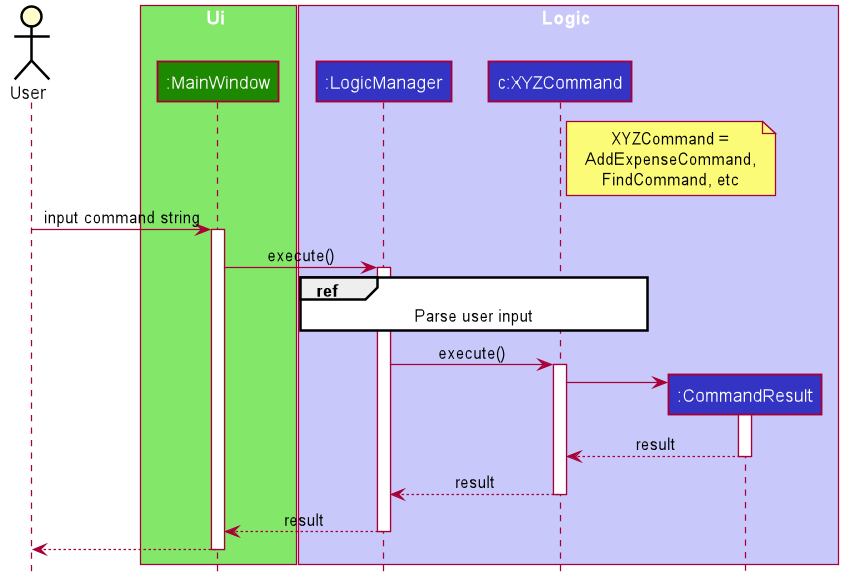
Earlier version of the PlantUML export images/CommandResultSequenceDiagram.png (wltan/tp).
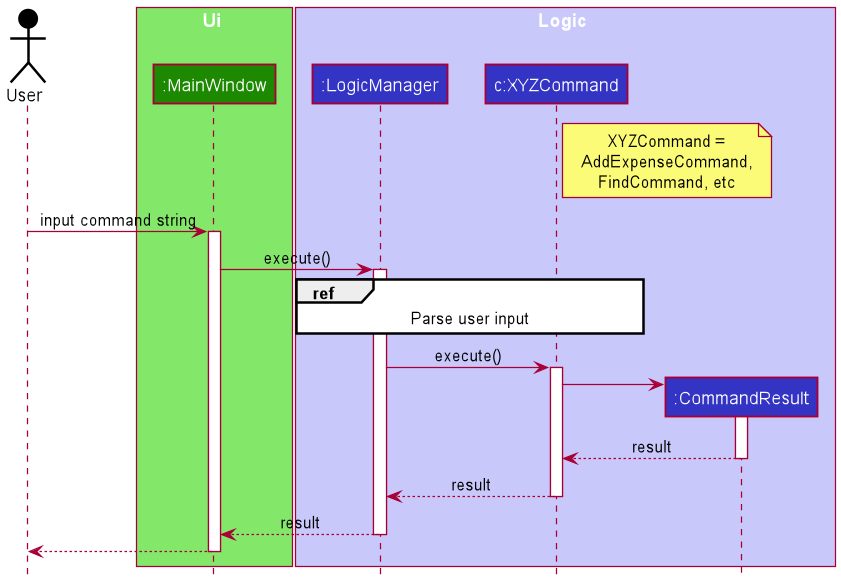
Later version of the same file.

What changed in the source:
```diff
@@ -1,63 +1,16 @@
 @startuml
+!include style.puml
 
+actor User USER_COLOR
 
-
-
-
-
-
-
-skinparam BackgroundColor #FFFFFFF
-
-skinparam Shadowing false
-
-skinparam Class {
-    FontColor #FFFFFF
-    BorderThickness 1
-    BorderColor #FFFFFF
-    StereotypeFontColor #FFFFFF
-    FontName Arial
-}
-
-skinparam Actor {
-    BorderColor #000000
-    Color #000000
-    FontName Arial
-}
-
-skinparam Sequence {
-    MessageAlign center
-    BoxFontSize 15
-    BoxPadding 0
-    BoxFontColor #FFFFFF
-    FontName Arial
-}
-
-skinparam Participant {
-    FontColor #FFFFFFF
-    Padding 20
-}
-
-skinparam MinClassWidth 50
-skinparam ParticipantPadding 10
-skinparam Shadowing false
-skinparam DefaultTextAlignment center
-skinparam packageStyle Rectangle
-
-hide footbox
-hide members
-hide circle
-
-actor User
-
-box Ui #83E769
-participant ":MainWindow" as MainWindow #1D8900
+box Ui UI_COLOR_T1
+participant ":MainWindow" as MainWindow UI_COLOR
 end box
 
-box Logic #C8C8FA
-participant ":LogicManager" as LogicManager #3333C4
-participant "c:XYZCommand" as XYZCommand #3333C4
-participant ":CommandResult" as CommandResult #3333C4
+box Logic LOGIC_COLOR_T1
+participant ":LogicManager" as LogicManager LOGIC_COLOR
+participant "c:XYZCommand" as XYZCommand LOGIC_COLOR
+participant ":CommandResult" as CommandResult LOGIC_COLOR
 end box
 
 note right of XYZCommand : XYZCommand =\nAddExpenseCommand,\nFindCommand, etc
```
